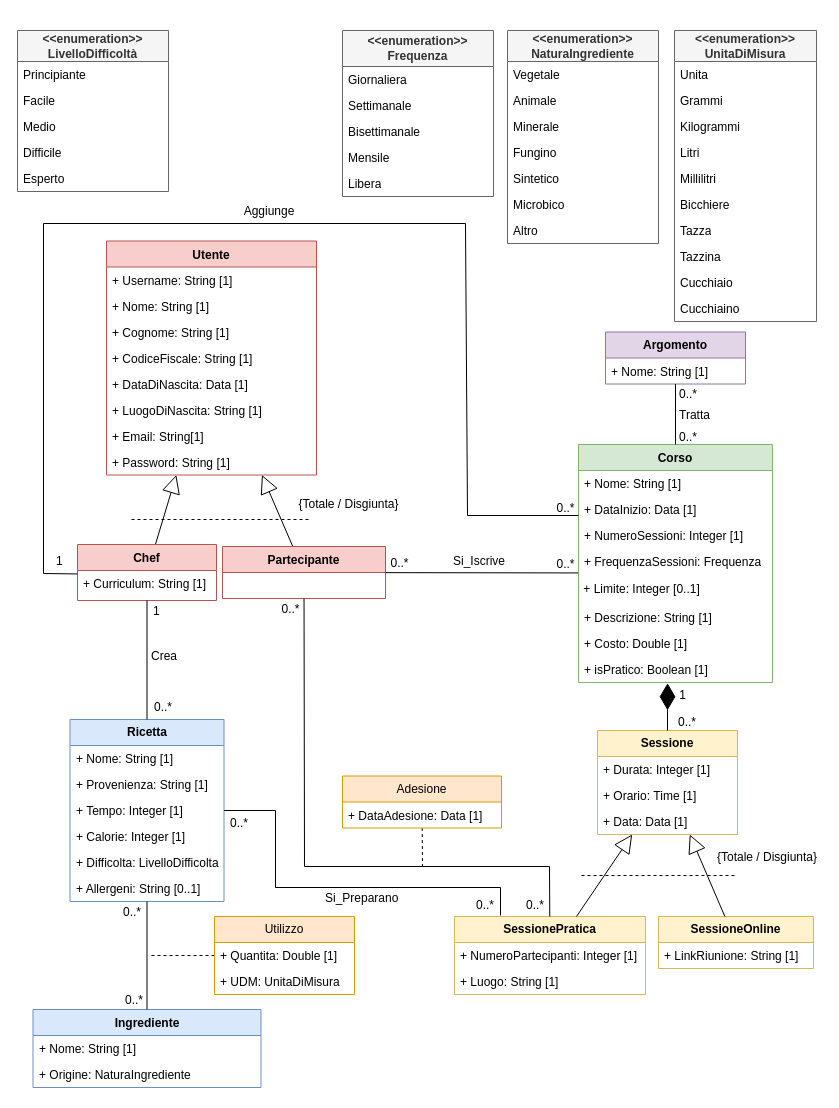
This is page "Pagina-1" (1 of 2) of Database/tmp concettuale/UninaFoodLab_UML.drawio from kiyx/UninaFoodLab, a draw.io file, before an edit. Source tidied: cells renumbered, new cells numbered last; positions are measured from the earlier drawing's top-left corner, leaving out a move shared by most shapes. Both pictures are drawn from the tidied source at 100%, with x=0, y=0 at pixel (17, 30).
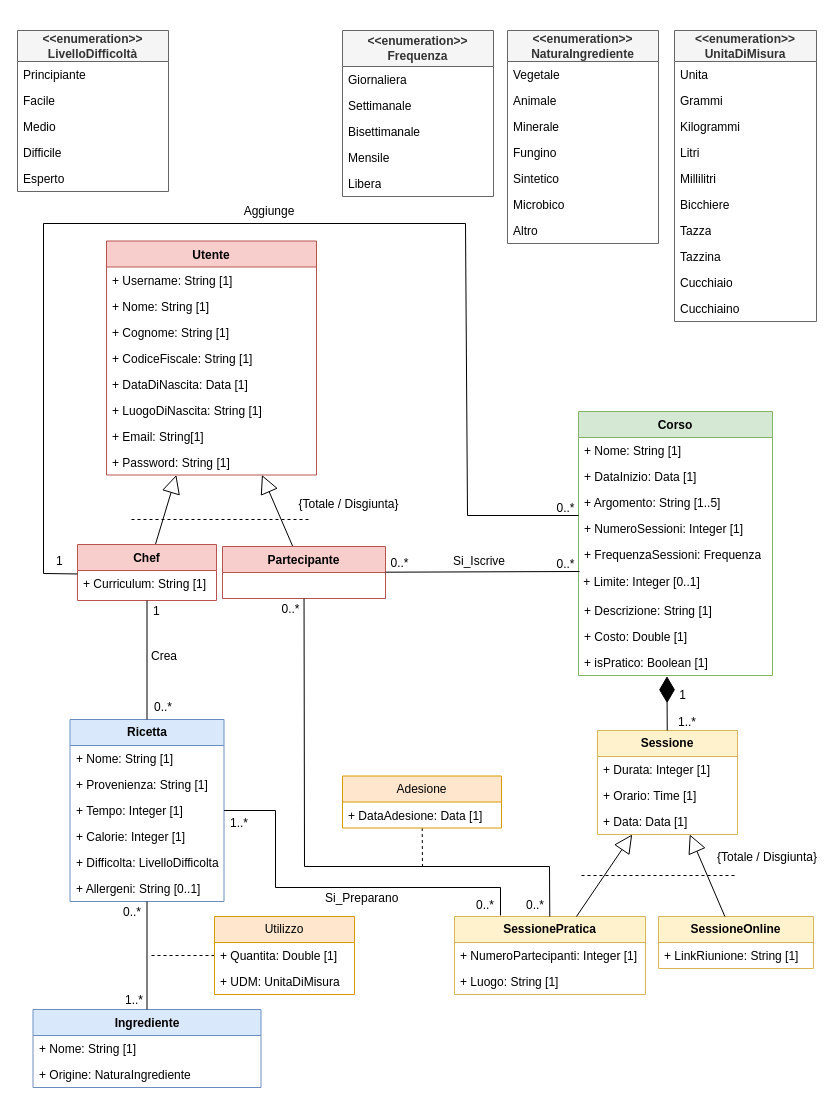
The same diagram, later.

The change refers to these unchanged cells:
```xml
<mxCell id="22" value="&lt;b&gt;Sessione&lt;/b&gt;" style="swimlane;fontStyle=0;horizontal=1;startSize=26;whiteSpace=wrap;html=1;fillColor=#fff2cc;strokeColor=#d6b656;" parent="1" vertex="1">
  <mxGeometry x="580" y="700" width="140" height="104" as="geometry" />
</mxCell>
<mxCell id="50" value="Partecipante" style="swimlane;fontStyle=1;align=center;verticalAlign=top;horizontal=1;startSize=26;whiteSpace=wrap;html=1;fillColor=#f8cecc;strokeColor=#b85450;" parent="1" vertex="1">
  <mxGeometry x="205" y="516" width="163" height="52" as="geometry" />
</mxCell>
```

Change to the diagram source:
```diff
@@
     <mxCell id="11" value="Corso" style="swimlane;fontStyle=1;align=center;verticalAlign=top;horizontal=1;startSize=26;whiteSpace=wrap;html=1;fillColor=#d5e8d4;strokeColor=#82b366;" parent="1" vertex="1">
-      <mxGeometry x="561" y="414" width="194" height="238" as="geometry" />
+      <mxGeometry x="561" y="381" width="194" height="264" as="geometry" />
     </mxCell>
@@
+    <mxCell id="119" value="+ Argomento: String [1..5]" style="text;strokeColor=none;fillColor=none;align=left;verticalAlign=top;spacingLeft=4;spacingRight=4;overflow=hidden;whiteSpace=wrap;html=1;" parent="11" vertex="1">
+      <mxGeometry y="78" width="194" height="26" as="geometry" />
+    </mxCell>
     <mxCell id="14" value="+ NumeroSessioni: Integer [1]" style="text;strokeColor=none;fillColor=none;align=left;verticalAlign=top;spacingLeft=4;spacingRight=4;overflow=hidden;whiteSpace=wrap;html=1;" parent="11" vertex="1">
-      <mxGeometry y="78" width="194" height="26" as="geometry" />
+      <mxGeometry y="104" width="194" height="26" as="geometry" />
     </mxCell>
     <mxCell id="15" value="+ FrequenzaSessioni: Frequenza" style="text;strokeColor=none;fillColor=none;align=left;verticalAlign=top;spacingLeft=4;spacingRight=4;overflow=hidden;points=[[0,0.5],[1,0.5]];portConstraint=eastwest;whiteSpace=wrap;html=1;" parent="11" vertex="1">
-      <mxGeometry y="104" width="194" height="26" as="geometry" />
+      <mxGeometry y="130" width="194" height="26" as="geometry" />
     </mxCell>
     <mxCell id="16" value="&amp;nbsp;+ Limite: Integer [0..1]" style="text;html=1;align=left;verticalAlign=middle;whiteSpace=wrap;rounded=0;" parent="11" vertex="1">
-      <mxGeometry y="130" width="194" height="30" as="geometry" />
+      <mxGeometry y="156" width="194" height="30" as="geometry" />
     </mxCell>
     <mxCell id="17" value="+ Descrizione: String [1]" style="text;strokeColor=none;fillColor=none;align=left;verticalAlign=top;spacingLeft=4;spacingRight=4;overflow=hidden;whiteSpace=wrap;html=1;" parent="11" vertex="1">
-      <mxGeometry y="160" width="194" height="26" as="geometry" />
+      <mxGeometry y="186" width="194" height="26" as="geometry" />
     </mxCell>
     <mxCell id="18" value="+ Costo: Double [1]" style="text;strokeColor=none;fillColor=none;align=left;verticalAlign=top;spacingLeft=4;spacingRight=4;overflow=hidden;whiteSpace=wrap;html=1;" parent="11" vertex="1">
-      <mxGeometry y="186" width="194" height="26" as="geometry" />
+      <mxGeometry y="212" width="194" height="26" as="geometry" />
     </mxCell>
     <mxCell id="19" value="+ isPratico: Boolean [1]" style="text;strokeColor=none;fillColor=none;align=left;verticalAlign=top;spacingLeft=4;spacingRight=4;overflow=hidden;points=[[0,0.5],[1,0.5]];portConstraint=eastwest;whiteSpace=wrap;html=1;" parent="11" vertex="1">
-      <mxGeometry y="212" width="194" height="26" as="geometry" />
+      <mxGeometry y="238" width="194" height="26" as="geometry" />
     </mxCell>
-    <mxCell id="20" value="&lt;div style=&quot;text-align: left;&quot;&gt;&lt;b&gt;Argomento&lt;/b&gt;&lt;/div&gt;" style="swimlane;fontStyle=0;horizontal=1;startSize=26;whiteSpace=wrap;html=1;fillColor=#e1d5e7;strokeColor=#9673a6;" parent="1" vertex="1">
-      <mxGeometry x="588" y="301.5" width="140" height="52" as="geometry" />
-    </mxCell>
-    <mxCell id="21" value="+ Nome: String [1]" style="text;strokeColor=none;fillColor=none;align=left;verticalAlign=top;spacingLeft=4;spacingRight=4;overflow=hidden;whiteSpace=wrap;html=1;" parent="20" vertex="1">
-      <mxGeometry y="26" width="140" height="26" as="geometry" />
-    </mxCell>
@@
-    <mxCell id="58" value="0..*" style="edgeLabel;html=1;align=left;verticalAlign=bottom;fontSize=12;" parent="1" vertex="1">
+    <mxCell id="58" value="1..*" style="edgeLabel;html=1;align=left;verticalAlign=bottom;fontSize=12;" parent="1" vertex="1">
       <mxGeometry x="659" y="700" as="geometry" />
     </mxCell>
-    <mxCell id="59" style="endArrow=diamondThin;endFill=1;endSize=24;html=1;rounded=0;entryX=0.459;entryY=1.027;entryDx=0;entryDy=0;entryPerimeter=0;" parent="1" edge="1" source="22" target="19">
+    <mxCell id="59" style="endArrow=diamondThin;endFill=1;endSize=24;html=1;rounded=0;entryX=0.456;entryY=1.028;entryDx=0;entryDy=0;entryPerimeter=0;" parent="1" edge="1" source="22" target="19">
       <mxGeometry relative="1" as="geometry" />
     </mxCell>
@@
-    <mxCell id="67" style="endArrow=none;html=1;rounded=0;entryX=-0.002;entryY=0.94;entryDx=0;entryDy=0;entryPerimeter=0;" parent="1" edge="1" source="50" target="15">
-      <mxGeometry relative="1" as="geometry" />
+    <mxCell id="67" style="endArrow=none;html=1;rounded=0;" parent="1" edge="1" source="50">
+      <mxGeometry relative="1" as="geometry">
+        <mxPoint x="562" y="541" as="targetPoint" />
+      </mxGeometry>
     </mxCell>
-    <mxCell id="68" value="0..*" style="edgeLabel;html=1;align=right;verticalAlign=bottom;fontSize=12;" parent="1" vertex="1">
+    <mxCell id="68" value="1..*" style="edgeLabel;html=1;align=right;verticalAlign=bottom;fontSize=12;" parent="1" vertex="1">
       <mxGeometry x="126" y="978" as="geometry" />
     </mxCell>
-    <mxCell id="69" value="0..*" style="edgeLabel;html=1;align=right;verticalAlign=bottom;fontSize=12;" parent="1" vertex="1">
+    <mxCell id="69" value="1..*" style="edgeLabel;html=1;align=right;verticalAlign=bottom;fontSize=12;" parent="1" vertex="1">
       <mxGeometry x="313" y="783" as="geometry">
         <mxPoint x="-82" y="18" as="offset" />
       </mxGeometry>
     </mxCell>
@@
-    <mxCell id="71" value="Tratta" style="text;html=1;align=center;verticalAlign=middle;strokeColor=none;fillColor=none;" parent="1" vertex="1">
-      <mxGeometry x="652" y="372" width="49" height="26" as="geometry" />
-    </mxCell>
@@
-    <mxCell id="80" style="endArrow=none;html=1;rounded=0;" parent="1" edge="1" source="11" target="20">
-      <mxGeometry relative="1" as="geometry" />
-    </mxCell>
-    <mxCell id="81" value="0..*" style="text;html=1;align=center;verticalAlign=middle;whiteSpace=wrap;rounded=0;" parent="1" vertex="1">
-      <mxGeometry x="641" y="392" width="60" height="30" as="geometry" />
-    </mxCell>
-    <mxCell id="82" value="0..*" style="text;html=1;align=center;verticalAlign=middle;whiteSpace=wrap;rounded=0;" parent="1" vertex="1">
-      <mxGeometry x="641" y="349" width="60" height="30" as="geometry" />
-    </mxCell>
```
